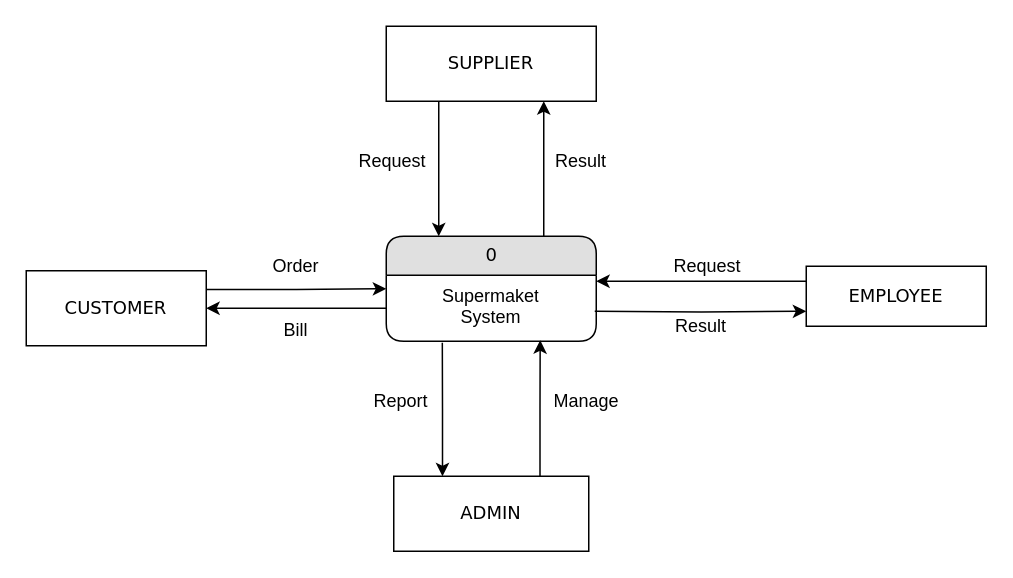
This is assets/Context-Diagram-Supermaket-System.drawio from vanluong94/aptech-market-management-system, a draw.io file, before an edit. Source tidied: cells renumbered, new cells numbered last; positions are measured from the earlier drawing's top-left corner, leaving out a move shared by most shapes. Both pictures are drawn from the tidied source at 150%, with x=0, y=0 at pixel (26, 26).
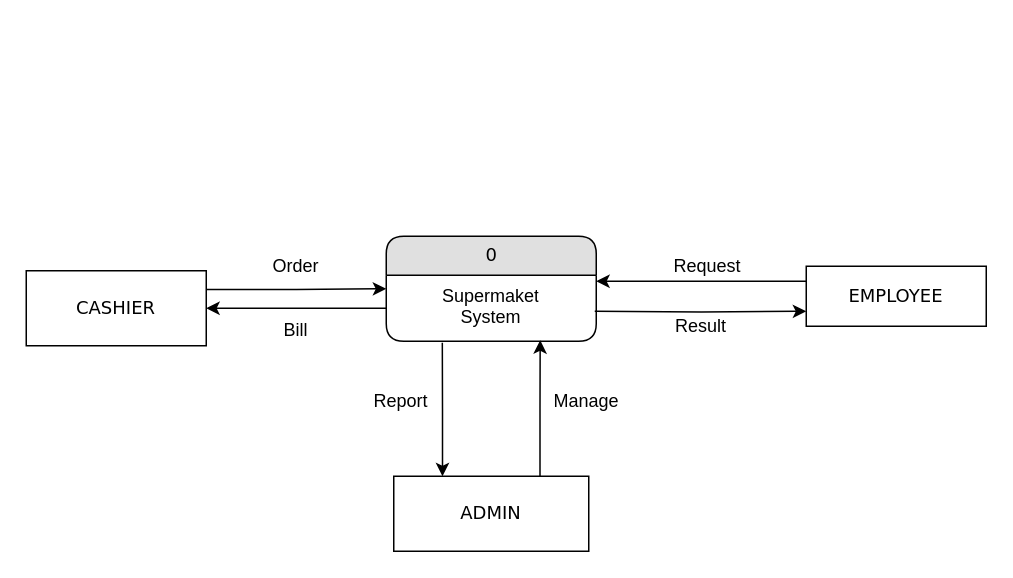
The same page after the edit.

The change refers to these unchanged cells:
```xml
<mxCell id="6" value="0" style="swimlane;html=1;fontStyle=0;horizontal=1;startSize=26;fillColor=#e0e0e0;swimlaneFillColor=#ffffff;align=center;rounded=1;shadow=0;comic=0;labelBackgroundColor=none;strokeWidth=1;fontFamily=Verdana;fontSize=12;" parent="1" vertex="1">
  <mxGeometry x="240" y="140" width="140" height="70" as="geometry" />
</mxCell>
```

Change to the diagram source:
```diff
@@
-    <mxCell id="5" value="CUSTOMER" style="whiteSpace=wrap;html=1;rounded=0;shadow=0;comic=0;labelBackgroundColor=none;strokeWidth=1;fontFamily=Verdana;fontSize=12;align=center;" parent="1" vertex="1">
+    <mxCell id="5" value="CASHIER" style="whiteSpace=wrap;html=1;rounded=0;shadow=0;comic=0;labelBackgroundColor=none;strokeWidth=1;fontFamily=Verdana;fontSize=12;align=center;" parent="1" vertex="1">
       <mxGeometry y="163" width="120" height="50" as="geometry" />
     </mxCell>
@@
-    <mxCell id="10" value="Request" style="text;html=1;strokeColor=none;fillColor=none;align=left;verticalAlign=middle;whiteSpace=wrap;rounded=0;" parent="1" vertex="1">
-      <mxGeometry x="220" y="80" width="40" height="20" as="geometry" />
-    </mxCell>
-    <mxCell id="11" style="edgeStyle=orthogonalEdgeStyle;rounded=0;jettySize=auto;html=1;entryX=0.75;entryY=0;entryDx=0;entryDy=0;endArrow=none;endFill=0;startArrow=classic;startFill=1;exitX=0.75;exitY=1;exitDx=0;exitDy=0;" parent="1" edge="1" source="13" target="6">
-      <mxGeometry relative="1" as="geometry" />
-    </mxCell>
-    <mxCell id="12" style="edgeStyle=orthogonalEdgeStyle;rounded=0;jettySize=auto;html=1;entryX=0.25;entryY=0;entryDx=0;entryDy=0;startArrow=none;startFill=0;endArrow=classic;endFill=1;exitX=0.25;exitY=1;exitDx=0;exitDy=0;" parent="1" edge="1" source="13" target="6">
-      <mxGeometry relative="1" as="geometry" />
-    </mxCell>
-    <mxCell id="13" value="SUPPLIER" style="whiteSpace=wrap;html=1;rounded=0;shadow=0;comic=0;labelBackgroundColor=none;strokeWidth=1;fontFamily=Verdana;fontSize=12;align=center;" parent="1" vertex="1">
-      <mxGeometry x="240" width="140" height="50" as="geometry" />
-    </mxCell>
-    <mxCell id="14" value="Result" style="text;html=1;strokeColor=none;fillColor=none;align=center;verticalAlign=middle;whiteSpace=wrap;rounded=0;" parent="1" vertex="1">
-      <mxGeometry x="350" y="80" width="40" height="20" as="geometry" />
-    </mxCell>
```
